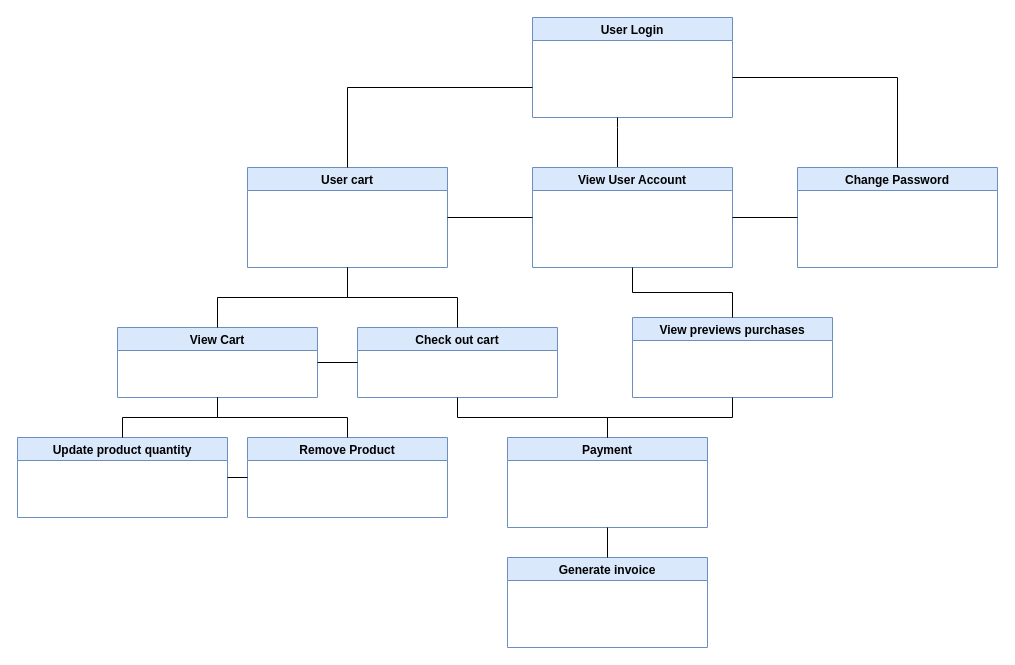
Before: page "User is Auth" (1 of 2) of eshop.drawio in jonandonigv/Eshop, a draw.io diagram. Source tidied: cells renumbered, new cells numbered last; positions are measured from the earlier drawing's top-left corner, leaving out a move shared by most shapes. Both pictures are drawn from the tidied source at 100%, with x=0, y=0 at pixel (17, 17).
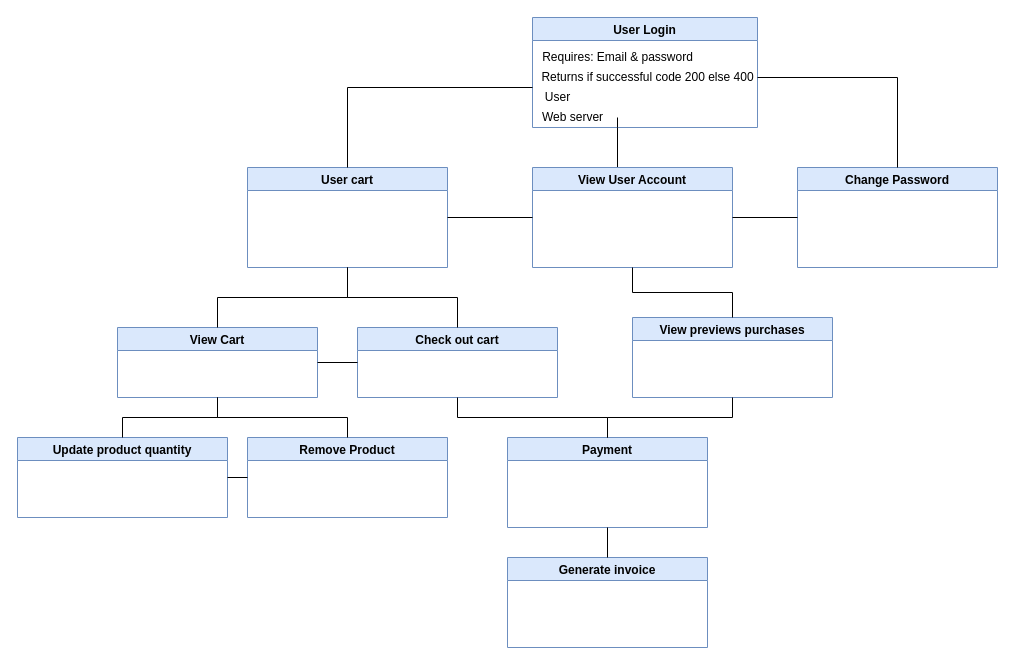
The same page after the edit.

Change to the diagram source:
```diff
@@
     <mxCell id="2" value="User Login" style="swimlane;fillColor=#dae8fc;strokeColor=#6c8ebf;" parent="1" vertex="1">
-      <mxGeometry x="515" width="200" height="100" as="geometry" />
+      <mxGeometry x="515" width="225" height="110" as="geometry" />
     </mxCell>
@@
+    <mxCell id="28" value="Requires: Email &amp;amp; password&lt;br&gt;" style="text;html=1;align=center;verticalAlign=middle;strokeColor=none;fillColor=none;" parent="2" vertex="1">
+      <mxGeometry y="30" width="170" height="20" as="geometry" />
+    </mxCell>
+    <mxCell id="29" value="Returns if successful code 200 else 400" style="text;html=1;align=center;verticalAlign=middle;strokeColor=none;fillColor=none;" parent="2" vertex="1">
+      <mxGeometry y="50" width="230" height="20" as="geometry" />
+    </mxCell>
+    <mxCell id="30" value="User" style="text;html=1;align=center;verticalAlign=middle;strokeColor=none;fillColor=none;" parent="2" vertex="1">
+      <mxGeometry x="5" y="70" width="40" height="20" as="geometry" />
+    </mxCell>
+    <mxCell id="31" value="Web server" style="text;html=1;align=center;verticalAlign=middle;strokeColor=none;fillColor=none;" parent="2" vertex="1">
+      <mxGeometry y="90" width="80" height="20" as="geometry" />
+    </mxCell>
```
